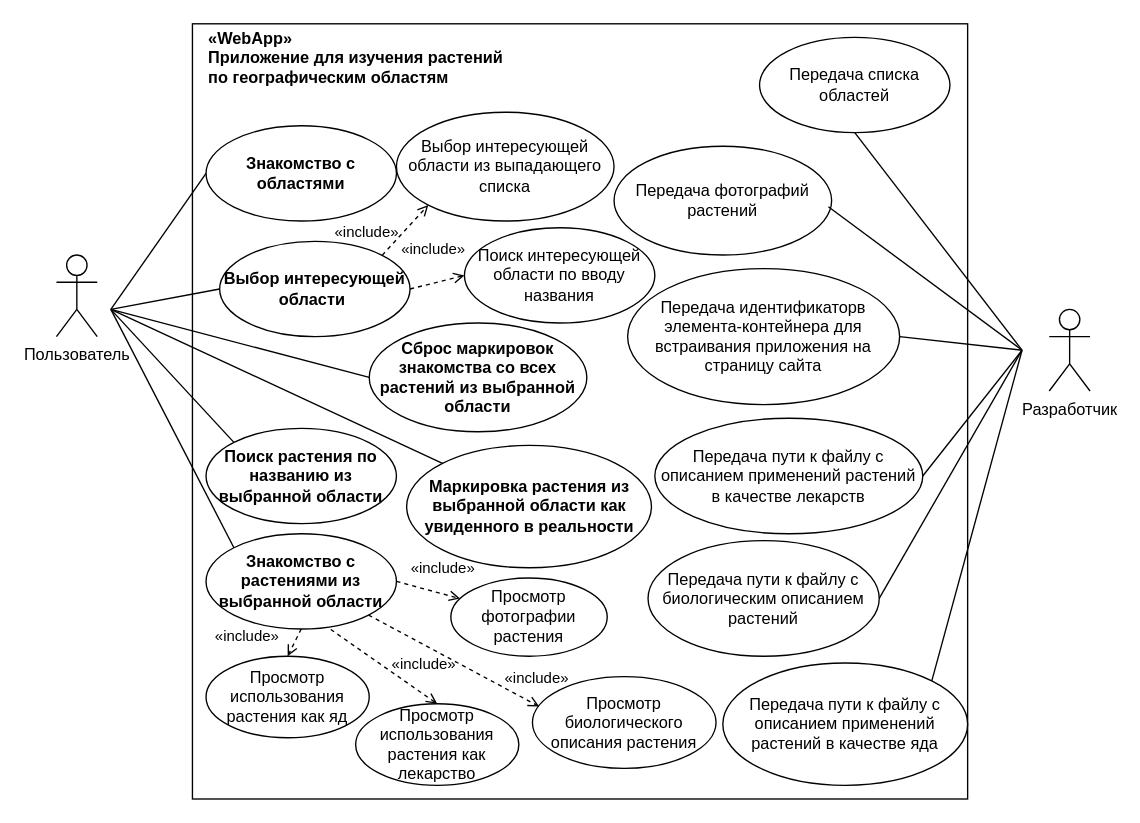
This is ЛаптеваАнна.drawio from LaptAAA/JS2023, a draw.io file, before an edit. Source tidied: cells renumbered, new cells numbered last; positions are measured from the earlier drawing's top-left corner, leaving out a move shared by most shapes. Both pictures are drawn from the tidied source at 136%, with x=0, y=0 at pixel (56, 23).
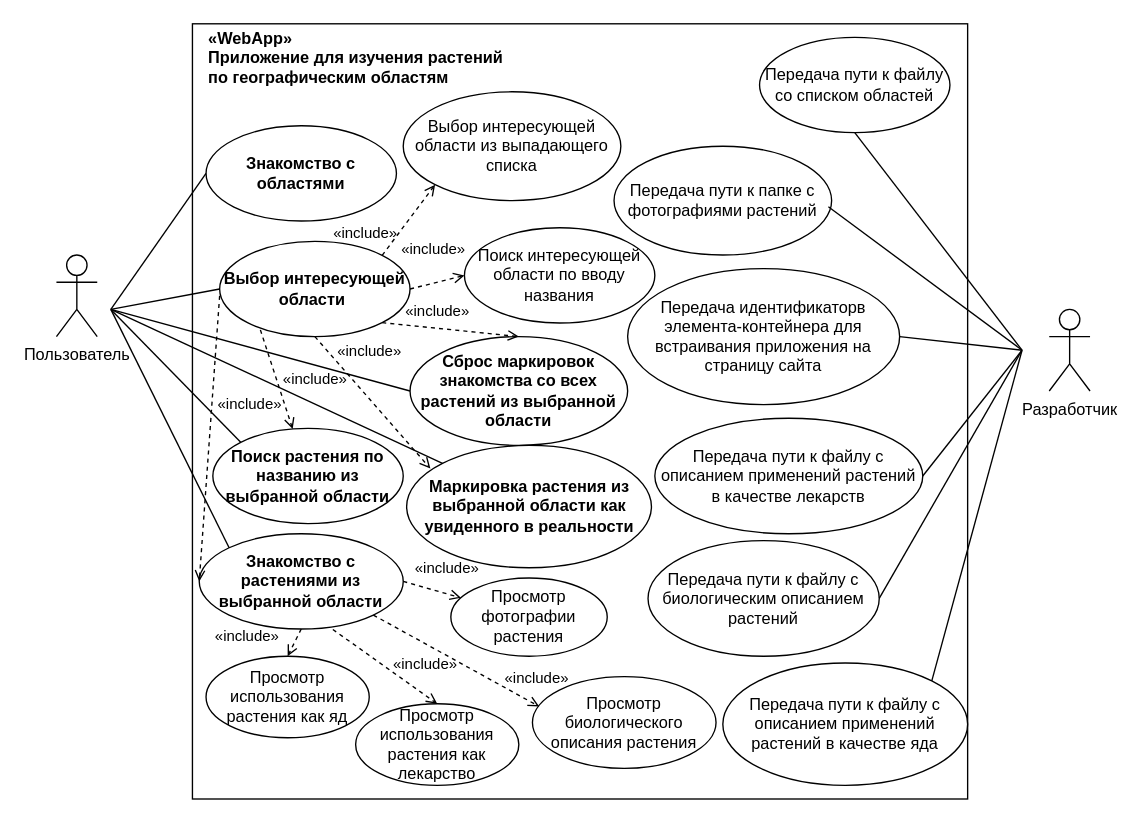
Above is the later version.

Unchanged cells that the change refers to:
```xml
<mxCell id="6" value="&lt;b style=&quot;border-color: var(--border-color);&quot;&gt;Выбор интересующей области&lt;/b&gt;&amp;nbsp;" style="ellipse;whiteSpace=wrap;html=1;" parent="1" vertex="1">
  <mxGeometry x="120" y="160" width="140" height="70" as="geometry" />
</mxCell>
<mxCell id="11" value="&lt;b style=&quot;border-color: var(--border-color);&quot;&gt;Маркировка растения из выбранной области как увиденного в реальности&lt;/b&gt;" style="ellipse;whiteSpace=wrap;html=1;" parent="1" vertex="1">
  <mxGeometry x="257.5" y="310" width="180" height="90" as="geometry" />
</mxCell>
```

Diff of the diagram source:
```diff
@@
     <mxCell id="8" value="Выбор интересующей области из выпадающего списка" style="ellipse;whiteSpace=wrap;html=1;" parent="1" vertex="1">
-      <mxGeometry x="250" y="65" width="160" height="80" as="geometry" />
+      <mxGeometry x="255" y="50" width="160" height="80" as="geometry" />
     </mxCell>
     <mxCell id="9" value="&lt;b style=&quot;border-color: var(--border-color);&quot;&gt;Знакомство с растениями из выбранной области&lt;/b&gt;" style="ellipse;whiteSpace=wrap;html=1;" parent="1" vertex="1">
-      <mxGeometry x="110" y="375" width="140" height="70" as="geometry" />
+      <mxGeometry x="105" y="375" width="150" height="70" as="geometry" />
     </mxCell>
     <mxCell id="10" value="&lt;b&gt;Сброс маркировок знакомства со всех растений из выбранной области&lt;/b&gt;" style="ellipse;whiteSpace=wrap;html=1;" parent="1" vertex="1">
-      <mxGeometry x="230" y="220" width="160" height="80" as="geometry" />
+      <mxGeometry x="260" y="230" width="160" height="80" as="geometry" />
     </mxCell>
@@
     <mxCell id="16" value="&lt;b style=&quot;border-color: var(--border-color);&quot;&gt;Поиск растения по названию из выбранной области&lt;/b&gt;" style="ellipse;whiteSpace=wrap;html=1;" parent="1" vertex="1">
-      <mxGeometry x="110" y="297.5" width="140" height="70" as="geometry" />
+      <mxGeometry x="115" y="297.5" width="140" height="70" as="geometry" />
     </mxCell>
@@
-    <mxCell id="20" value="Передача списка областей" style="ellipse;whiteSpace=wrap;html=1;" parent="1" vertex="1">
+    <mxCell id="20" value="Передача пути к файлу со списком областей" style="ellipse;whiteSpace=wrap;html=1;" parent="1" vertex="1">
       <mxGeometry x="517" y="10" width="140" height="70" as="geometry" />
     </mxCell>
-    <mxCell id="21" value="Передача фотографий растений" style="ellipse;whiteSpace=wrap;html=1;" parent="1" vertex="1">
+    <mxCell id="21" value="Передача пути к папке с фотографиями растений" style="ellipse;whiteSpace=wrap;html=1;" parent="1" vertex="1">
       <mxGeometry x="410" y="90" width="160" height="80" as="geometry" />
     </mxCell>
@@
+    <mxCell id="42" value="«include»" style="edgeStyle=none;html=1;endArrow=open;verticalAlign=bottom;dashed=1;labelBackgroundColor=none;rounded=0;exitX=0.214;exitY=0.929;exitDx=0;exitDy=0;exitPerimeter=0;" parent="1" edge="1" source="6" target="16">
+      <mxGeometry x="0.44" y="24" relative="1" as="geometry" />
+    </mxCell>
+    <mxCell id="43" value="«include»" style="edgeStyle=none;html=1;endArrow=open;verticalAlign=bottom;dashed=1;labelBackgroundColor=none;rounded=0;exitX=1;exitY=1;exitDx=0;exitDy=0;entryX=0.5;entryY=0;entryDx=0;entryDy=0;" parent="1" edge="1" source="6" target="10">
+      <mxGeometry x="-0.2" y="4" relative="1" as="geometry" />
+    </mxCell>
+    <mxCell id="44" value="«include»" style="edgeStyle=none;html=1;endArrow=open;verticalAlign=bottom;dashed=1;labelBackgroundColor=none;rounded=0;entryX=0;entryY=0.5;entryDx=0;entryDy=0;" parent="1" edge="1" target="9">
+      <mxGeometry x="-0.17" y="28" relative="1" as="geometry">
+        <mxPoint x="120" y="200" as="sourcePoint" />
+      </mxGeometry>
+    </mxCell>
+    <mxCell id="45" value="«include»" style="edgeStyle=none;html=1;endArrow=open;verticalAlign=bottom;dashed=1;labelBackgroundColor=none;rounded=0;exitX=0.5;exitY=1;exitDx=0;exitDy=0;entryX=0.097;entryY=0.189;entryDx=0;entryDy=0;entryPerimeter=0;" parent="1" edge="1" source="6" target="11">
+      <mxGeometry x="-0.36" y="17" relative="1" as="geometry" />
+    </mxCell>
```
